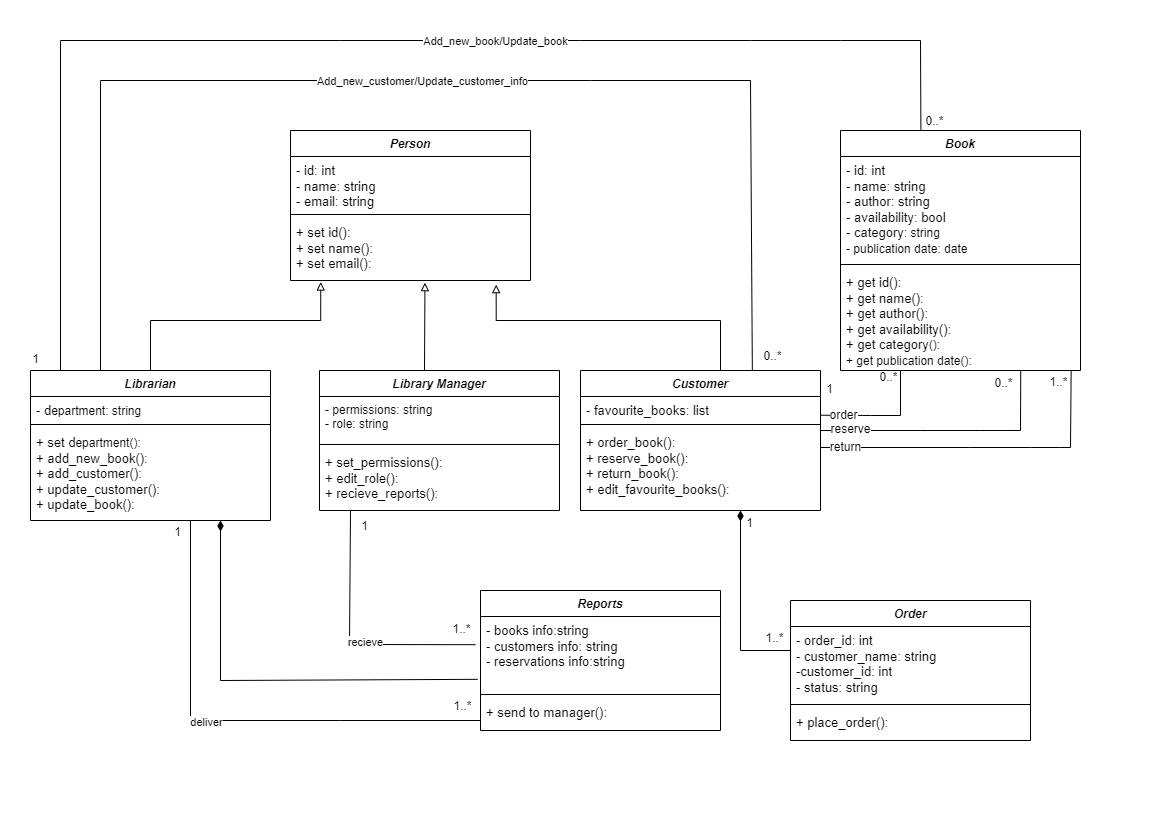
This is png files/Library Management System (Class diagram).png from Abdulrahman-Sayed-1/Library-Management-System, a draw.io export, as it was before one commit. Source tidied: cells renumbered, new cells last; positions are measured from the earlier drawing's top-left corner, leaving out a move shared by most shapes.
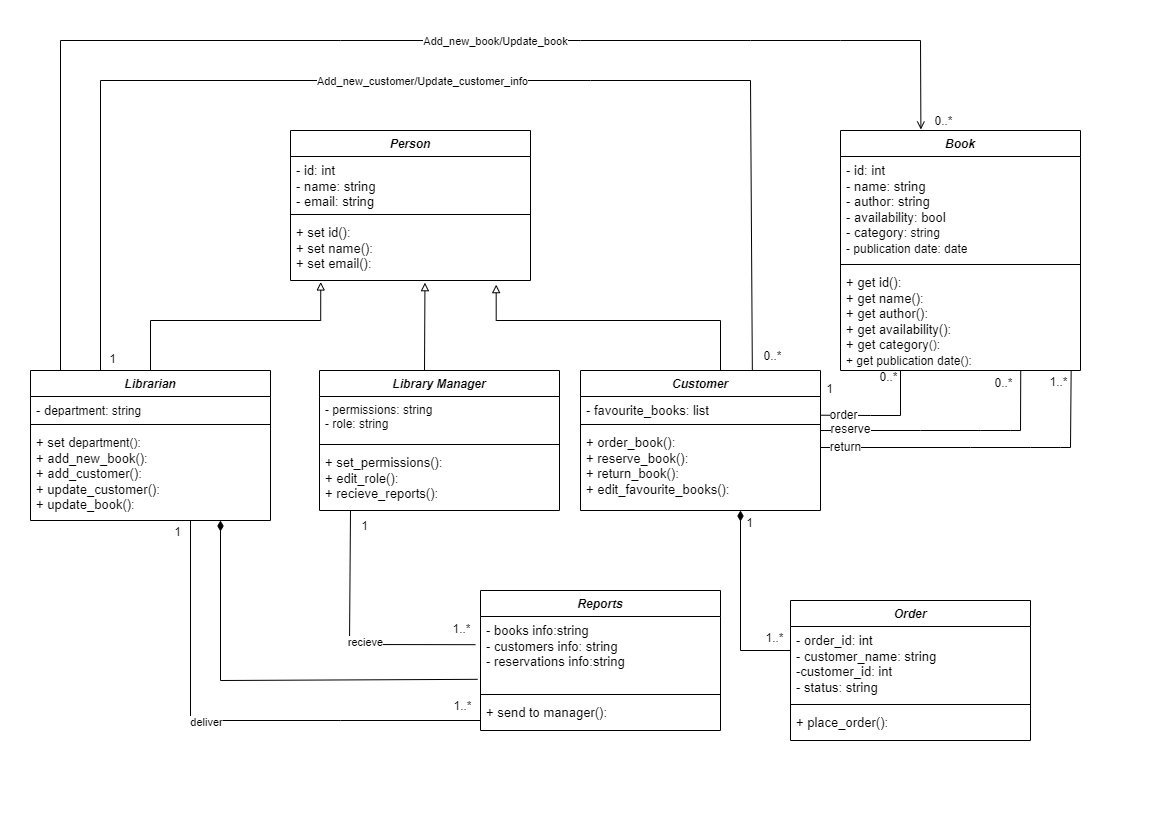
The same file after the commit.

Commit message:
Update Class Diagram

The edit, as a diff of the source:
```diff
@@ -203,7 +203,7 @@
         </Array>
       </mxGeometry>
     </mxCell>
-    <mxCell id="45" style="endArrow=none;html=1;rounded=0;entryX=0.335;entryY=-0.004;entryDx=0;entryDy=0;entryPerimeter=0;" parent="1" edge="1" target="21">
+    <mxCell id="45" style="endArrow=open;html=1;rounded=0;entryX=0.335;entryY=-0.004;entryDx=0;entryDy=0;entryPerimeter=0;endFill=0;" parent="1" edge="1" target="21">
       <mxGeometry relative="1" as="geometry">
         <mxPoint x="40" y="330" as="sourcePoint" />
         <Array as="points">
@@ -266,14 +266,14 @@
     <mxCell id="58" value="1" style="text;html=1;align=center;verticalAlign=middle;strokeColor=none;fillColor=none;" parent="1" vertex="1">
       <mxGeometry x="142" y="477" width="30" height="30" as="geometry" />
     </mxCell>
-    <mxCell id="59" value="1" style="text;html=1;align=center;verticalAlign=middle;strokeColor=none;fillColor=none;" parent="1" vertex="1">
-      <mxGeometry y="304" width="30" height="30" as="geometry" />
-    </mxCell>
     <mxCell id="60" value="0..*" style="text;html=1;align=center;verticalAlign=middle;strokeColor=none;fillColor=none;" parent="1" vertex="1">
       <mxGeometry x="732" y="301" width="40" height="30" as="geometry" />
     </mxCell>
-    <mxCell id="61" value="0..*" style="text;html=1;align=center;verticalAlign=middle;strokeColor=none;fillColor=none;" parent="1" vertex="1">
-      <mxGeometry x="894" y="66" width="40" height="30" as="geometry" />
+    <mxCell id="61" value="0..*" style="text;html=1;align=center;verticalAlign=middle;strokeColor=none;fillColor=none;fontStyle=0;" parent="1" vertex="1">
+      <mxGeometry x="903" y="66" width="40" height="30" as="geometry" />
     </mxCell>
+    <mxCell id="59" value="1" style="text;html=1;align=center;verticalAlign=middle;strokeColor=none;fillColor=none;" parent="1" vertex="1">
+      <mxGeometry x="77" y="304" width="30" height="30" as="geometry" />
+    </mxCell>
   </root>
 </mxGraphModel>
```
